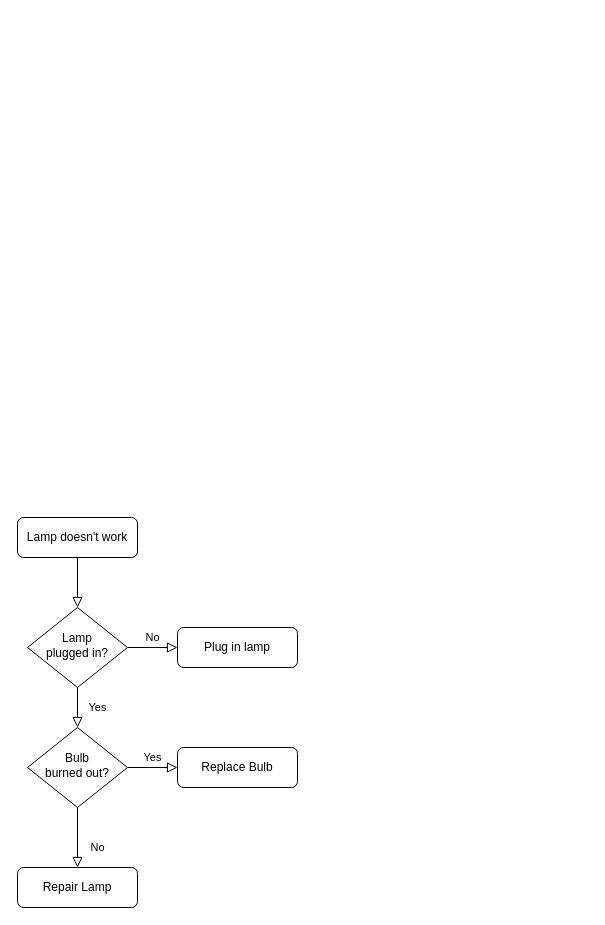
Above: cronhpa-controller.drawio in Tomoku-dm/diagrams_file (draw.io), before the change. Source tidied: cells renumbered, new cells numbered last; positions are measured from the earlier drawing's top-left corner, leaving out a move shared by most shapes. Both pictures are drawn from the tidied source at 100%, with x=0, y=0 at pixel (17, 517).
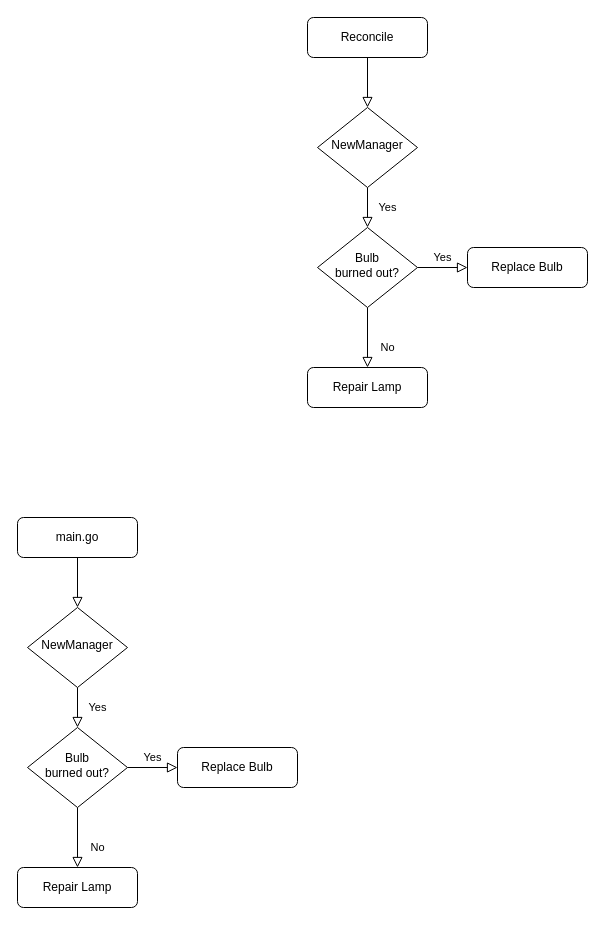
The same diagram, later.

Diff of the diagram source:
```diff
@@
 <mxGraphModel>
   <root>
     <mxCell id="0" />
     <mxCell id="1" parent="0" />
     <mxCell id="2" style="rounded=0;html=1;jettySize=auto;fontSize=11;endArrow=block;endFill=0;endSize=8;strokeWidth=1;shadow=0;labelBackgroundColor=none;edgeStyle=orthogonalEdgeStyle;" parent="1" edge="1" source="3" target="6">
       <mxGeometry relative="1" as="geometry" />
     </mxCell>
-    <mxCell id="3" value="Lamp doesn't work" style="rounded=1;whiteSpace=wrap;html=1;fontSize=12;glass=0;strokeWidth=1;shadow=0;" parent="1" vertex="1">
+    <mxCell id="3" value="main.go" style="rounded=1;whiteSpace=wrap;html=1;fontSize=12;glass=0;strokeWidth=1;shadow=0;" parent="1" vertex="1">
       <mxGeometry width="120" height="40" as="geometry" />
     </mxCell>
     <mxCell id="4" value="Yes" style="rounded=0;html=1;jettySize=auto;fontSize=11;endArrow=block;endFill=0;endSize=8;strokeWidth=1;shadow=0;labelBackgroundColor=none;edgeStyle=orthogonalEdgeStyle;" parent="1" edge="1" source="6" target="10">
       <mxGeometry y="20" relative="1" as="geometry" />
     </mxCell>
-    <mxCell id="5" value="No" style="edgeStyle=orthogonalEdgeStyle;rounded=0;html=1;jettySize=auto;fontSize=11;endArrow=block;endFill=0;endSize=8;strokeWidth=1;shadow=0;labelBackgroundColor=none;" parent="1" edge="1" source="6" target="7">
-      <mxGeometry y="10" relative="1" as="geometry" />
-    </mxCell>
-    <mxCell id="6" value="Lamp&lt;br&gt;plugged in?" style="rhombus;whiteSpace=wrap;html=1;shadow=0;fontFamily=Helvetica;fontSize=12;align=center;strokeWidth=1;spacing=6;spacingTop=-4;" parent="1" vertex="1">
+    <mxCell id="6" value="NewManager" style="rhombus;whiteSpace=wrap;html=1;shadow=0;fontFamily=Helvetica;fontSize=12;align=center;strokeWidth=1;spacing=6;spacingTop=-4;" parent="1" vertex="1">
       <mxGeometry x="10" y="90" width="100" height="80" as="geometry" />
     </mxCell>
-    <mxCell id="7" value="Plug in lamp" style="rounded=1;whiteSpace=wrap;html=1;fontSize=12;glass=0;strokeWidth=1;shadow=0;" parent="1" vertex="1">
-      <mxGeometry x="160" y="110" width="120" height="40" as="geometry" />
-    </mxCell>
     <mxCell id="8" value="No" style="rounded=0;html=1;jettySize=auto;fontSize=11;endArrow=block;endFill=0;endSize=8;strokeWidth=1;shadow=0;labelBackgroundColor=none;edgeStyle=orthogonalEdgeStyle;" parent="1" edge="1" source="10" target="11">
       <mxGeometry x="0.33" y="20" relative="1" as="geometry" />
     </mxCell>
     <mxCell id="9" value="Yes" style="edgeStyle=orthogonalEdgeStyle;rounded=0;html=1;jettySize=auto;fontSize=11;endArrow=block;endFill=0;endSize=8;strokeWidth=1;shadow=0;labelBackgroundColor=none;" parent="1" edge="1" source="10" target="12">
       <mxGeometry y="10" relative="1" as="geometry" />
     </mxCell>
     <mxCell id="10" value="Bulb&lt;br&gt;burned out?" style="rhombus;whiteSpace=wrap;html=1;shadow=0;fontFamily=Helvetica;fontSize=12;align=center;strokeWidth=1;spacing=6;spacingTop=-4;" parent="1" vertex="1">
       <mxGeometry x="10" y="210" width="100" height="80" as="geometry" />
     </mxCell>
     <mxCell id="11" value="Repair Lamp" style="rounded=1;whiteSpace=wrap;html=1;fontSize=12;glass=0;strokeWidth=1;shadow=0;" parent="1" vertex="1">
       <mxGeometry y="350" width="120" height="40" as="geometry" />
     </mxCell>
     <mxCell id="12" value="Replace Bulb" style="rounded=1;whiteSpace=wrap;html=1;fontSize=12;glass=0;strokeWidth=1;shadow=0;" parent="1" vertex="1">
       <mxGeometry x="160" y="230" width="120" height="40" as="geometry" />
     </mxCell>
+    <mxCell id="13" style="rounded=0;html=1;jettySize=auto;fontSize=11;endArrow=block;endFill=0;endSize=8;strokeWidth=1;shadow=0;labelBackgroundColor=none;edgeStyle=orthogonalEdgeStyle;" parent="1" edge="1" source="14" target="16">
+      <mxGeometry relative="1" as="geometry" />
+    </mxCell>
+    <mxCell id="14" value="Reconcile" style="rounded=1;whiteSpace=wrap;html=1;fontSize=12;glass=0;strokeWidth=1;shadow=0;" parent="1" vertex="1">
+      <mxGeometry x="290" y="-500" width="120" height="40" as="geometry" />
+    </mxCell>
+    <mxCell id="15" value="Yes" style="rounded=0;html=1;jettySize=auto;fontSize=11;endArrow=block;endFill=0;endSize=8;strokeWidth=1;shadow=0;labelBackgroundColor=none;edgeStyle=orthogonalEdgeStyle;" parent="1" edge="1" source="16" target="18">
+      <mxGeometry y="20" relative="1" as="geometry" />
+    </mxCell>
+    <mxCell id="16" value="NewManager" style="rhombus;whiteSpace=wrap;html=1;shadow=0;fontFamily=Helvetica;fontSize=12;align=center;strokeWidth=1;spacing=6;spacingTop=-4;" parent="1" vertex="1">
+      <mxGeometry x="300" y="-410" width="100" height="80" as="geometry" />
+    </mxCell>
+    <mxCell id="5" value="No" style="rounded=0;html=1;jettySize=auto;fontSize=11;endArrow=block;endFill=0;endSize=8;strokeWidth=1;shadow=0;labelBackgroundColor=none;edgeStyle=orthogonalEdgeStyle;" parent="1" edge="1" source="18" target="19">
+      <mxGeometry x="0.33" y="20" relative="1" as="geometry" />
+    </mxCell>
+    <mxCell id="17" value="Yes" style="edgeStyle=orthogonalEdgeStyle;rounded=0;html=1;jettySize=auto;fontSize=11;endArrow=block;endFill=0;endSize=8;strokeWidth=1;shadow=0;labelBackgroundColor=none;" parent="1" edge="1" source="18" target="20">
+      <mxGeometry y="10" relative="1" as="geometry" />
+    </mxCell>
+    <mxCell id="18" value="Bulb&lt;br&gt;burned out?" style="rhombus;whiteSpace=wrap;html=1;shadow=0;fontFamily=Helvetica;fontSize=12;align=center;strokeWidth=1;spacing=6;spacingTop=-4;" parent="1" vertex="1">
+      <mxGeometry x="300" y="-290" width="100" height="80" as="geometry" />
+    </mxCell>
+    <mxCell id="19" value="Repair Lamp" style="rounded=1;whiteSpace=wrap;html=1;fontSize=12;glass=0;strokeWidth=1;shadow=0;" parent="1" vertex="1">
+      <mxGeometry x="290" y="-150" width="120" height="40" as="geometry" />
+    </mxCell>
+    <mxCell id="20" value="Replace Bulb" style="rounded=1;whiteSpace=wrap;html=1;fontSize=12;glass=0;strokeWidth=1;shadow=0;" parent="1" vertex="1">
+      <mxGeometry x="450" y="-270" width="120" height="40" as="geometry" />
+    </mxCell>
   </root>
 </mxGraphModel>
```
